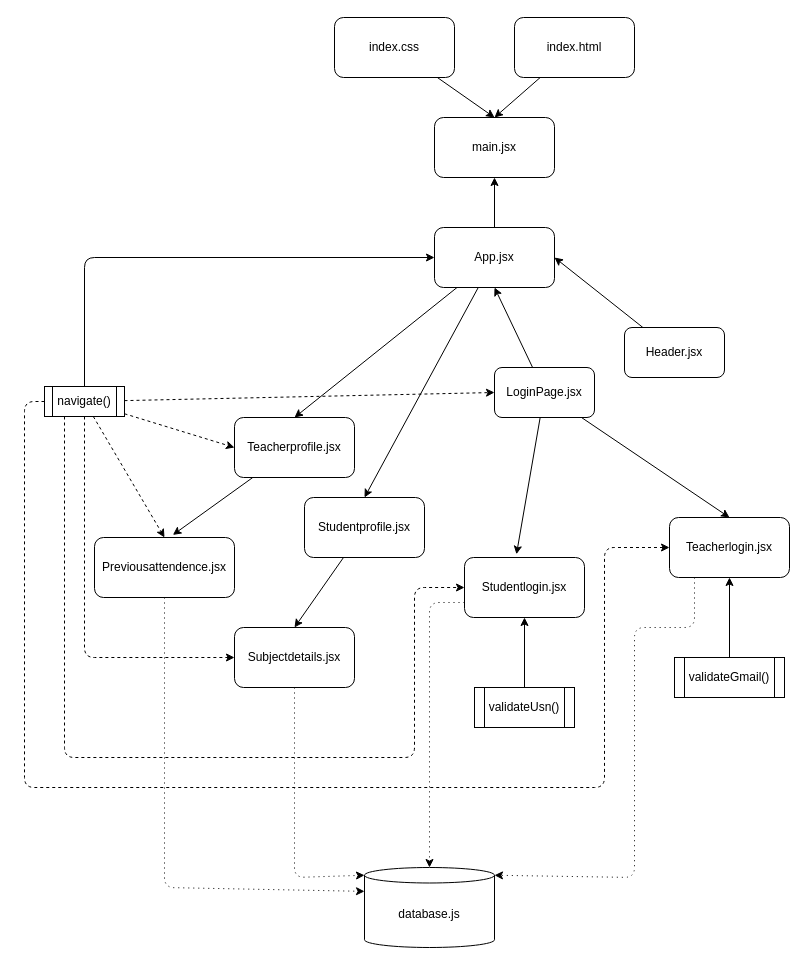
Above: Diagram.drawio in Rohan-Shridhar/Attendance-Tracker (draw.io), before the change. Source tidied: cells renumbered, new cells numbered last; positions are measured from the earlier drawing's top-left corner, leaving out a move shared by most shapes. Both pictures are drawn from the tidied source at 100%, with x=0, y=0 at pixel (24, 17).
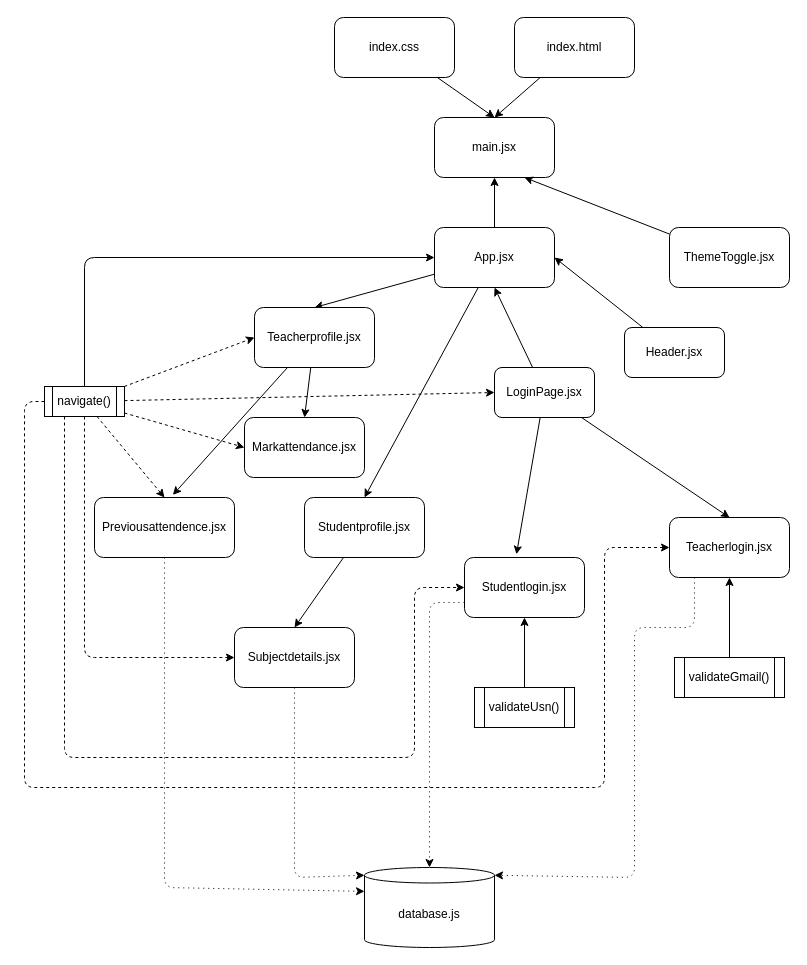
Above is the later version.

The change refers to these unchanged cells:
```xml
<mxCell id="2" value="main.jsx" style="rounded=1;whiteSpace=wrap;html=1;" parent="1" vertex="1">
  <mxGeometry x="410" y="100" width="120" height="60" as="geometry" />
</mxCell>
<mxCell id="26" value="navigate()" style="shape=process;whiteSpace=wrap;html=1;backgroundOutline=1;" parent="1" vertex="1">
  <mxGeometry x="20" y="369" width="80" height="30" as="geometry" />
</mxCell>
```

The edit, as a diff of the source:
```diff
@@
+    <mxCell id="42" style="edgeStyle=none;html=1;entryX=0.5;entryY=0;entryDx=0;entryDy=0;" parent="1" edge="1" source="16" target="46">
+      <mxGeometry relative="1" as="geometry" />
+    </mxCell>
     <mxCell id="16" value="Teacherprofile.jsx" style="rounded=1;whiteSpace=wrap;html=1;" parent="1" vertex="1">
-      <mxGeometry x="210" y="400" width="120" height="60" as="geometry" />
+      <mxGeometry x="230" y="290" width="120" height="60" as="geometry" />
     </mxCell>
@@
     <mxCell id="18" value="Previousattendence.jsx" style="rounded=1;whiteSpace=wrap;html=1;" parent="1" vertex="1">
-      <mxGeometry x="70" y="520" width="140" height="60" as="geometry" />
+      <mxGeometry x="70" y="480" width="140" height="60" as="geometry" />
     </mxCell>
@@
+    <mxCell id="43" style="edgeStyle=none;html=1;entryX=0;entryY=0.5;entryDx=0;entryDy=0;dashed=1;" parent="1" edge="1" source="26" target="46">
+      <mxGeometry relative="1" as="geometry" />
+    </mxCell>
@@
+    <mxCell id="44" style="edgeStyle=none;html=1;entryX=0.75;entryY=1;entryDx=0;entryDy=0;" parent="1" edge="1" source="45" target="2">
+      <mxGeometry relative="1" as="geometry" />
+    </mxCell>
+    <mxCell id="45" value="ThemeToggle.jsx" style="rounded=1;whiteSpace=wrap;html=1;" parent="1" vertex="1">
+      <mxGeometry x="645" y="210" width="120" height="60" as="geometry" />
+    </mxCell>
+    <mxCell id="46" value="Markattendance.jsx" style="rounded=1;whiteSpace=wrap;html=1;" parent="1" vertex="1">
+      <mxGeometry x="220" y="400" width="120" height="60" as="geometry" />
+    </mxCell>
```
